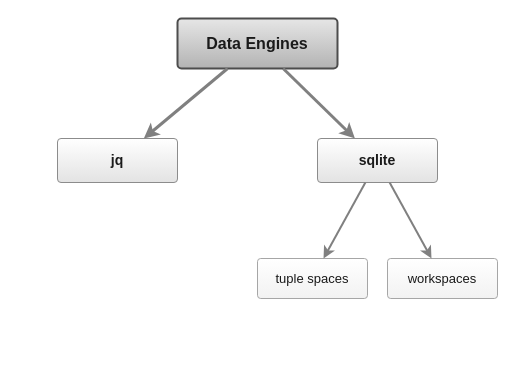
Above: docs/img/data-engines.drawio in Robot-Wranglers/ape-make (draw.io), before the change. Source tidied: cells renumbered, new cells numbered last; positions are measured from the earlier drawing's top-left corner, leaving out a move shared by most shapes. Both pictures are drawn from the tidied source at 100%, with x=0, y=0 at pixel (57, 18).
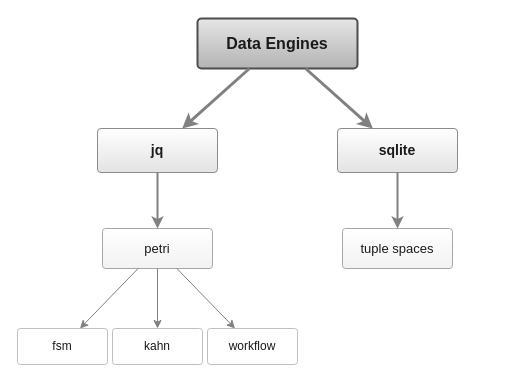
After the change.

Diff of the diagram source:
```diff
@@
 <mxGraphModel>
   <root>
     <mxCell id="0" />
     <mxCell id="1" parent="0" />
     <mxCell id="2" value="&lt;b&gt;Data Engines&lt;/b&gt;" style="rounded=1;arcSize=8;whiteSpace=wrap;html=1;fillColor=#E6E6E6;gradientColor=#B3B3B3;strokeColor=#4D4D4D;fontColor=#1a1a1a;fontSize=16;strokeWidth=2;" parent="1" vertex="1">
-      <mxGeometry x="120" width="160" height="50" as="geometry" />
+      <mxGeometry x="140" width="160" height="50" as="geometry" />
     </mxCell>
     <mxCell id="3" value="&lt;b&gt;jq&lt;/b&gt;" style="rounded=1;arcSize=8;whiteSpace=wrap;html=1;fillColor=#FFFFFF;gradientColor=#E3E3E3;strokeColor=#8C8C8C;fontColor=#1a1a1a;fontSize=14;" parent="1" vertex="1">
-      <mxGeometry y="120" width="120" height="44" as="geometry" />
+      <mxGeometry x="40" y="110" width="120" height="44" as="geometry" />
     </mxCell>
     <mxCell id="4" value="&lt;b&gt;sqlite&lt;/b&gt;" style="rounded=1;arcSize=8;whiteSpace=wrap;html=1;fillColor=#FFFFFF;gradientColor=#E3E3E3;strokeColor=#8C8C8C;fontColor=#1a1a1a;fontSize=14;" parent="1" vertex="1">
-      <mxGeometry x="260" y="120" width="120" height="44" as="geometry" />
+      <mxGeometry x="280" y="110" width="120" height="44" as="geometry" />
     </mxCell>
+    <mxCell id="11" value="petri" style="rounded=1;arcSize=8;whiteSpace=wrap;html=1;fillColor=#FFFFFF;gradientColor=#F2F2F2;strokeColor=#A6A6A6;fontColor=#1a1a1a;fontSize=13;" parent="1" vertex="1">
+      <mxGeometry x="45" y="210" width="110" height="40" as="geometry" />
+    </mxCell>
     <mxCell id="5" value="tuple spaces" style="rounded=1;arcSize=8;whiteSpace=wrap;html=1;fillColor=#FFFFFF;gradientColor=#F2F2F2;strokeColor=#A6A6A6;fontColor=#1a1a1a;fontSize=13;" parent="1" vertex="1">
-      <mxGeometry x="200" y="240" width="110" height="40" as="geometry" />
+      <mxGeometry x="285" y="210" width="110" height="40" as="geometry" />
     </mxCell>
-    <mxCell id="6" value="workspaces" style="rounded=1;arcSize=8;whiteSpace=wrap;html=1;fillColor=#FFFFFF;gradientColor=#F2F2F2;strokeColor=#A6A6A6;fontColor=#1a1a1a;fontSize=13;" parent="1" vertex="1">
-      <mxGeometry x="330" y="240" width="110" height="40" as="geometry" />
-    </mxCell>
+    <mxCell id="12" value="fsm" style="rounded=1;arcSize=8;whiteSpace=wrap;html=1;fillColor=#FFFFFF;strokeColor=#BFBFBF;fontColor=#1a1a1a;fontSize=12;" parent="1" vertex="1">
+      <mxGeometry x="-40" y="310" width="90" height="36" as="geometry" />
+    </mxCell>
+    <mxCell id="13" value="kahn" style="rounded=1;arcSize=8;whiteSpace=wrap;html=1;fillColor=#FFFFFF;strokeColor=#BFBFBF;fontColor=#1a1a1a;fontSize=12;" parent="1" vertex="1">
+      <mxGeometry x="55" y="310" width="90" height="36" as="geometry" />
+    </mxCell>
+    <mxCell id="14" value="workflow" style="rounded=1;arcSize=8;whiteSpace=wrap;html=1;fillColor=#FFFFFF;strokeColor=#BFBFBF;fontColor=#1a1a1a;fontSize=12;" parent="1" vertex="1">
+      <mxGeometry x="150" y="310" width="90" height="36" as="geometry" />
+    </mxCell>
     <mxCell id="7" style="html=1;endArrow=classic;strokeColor=#808080;strokeWidth=3;rounded=1;" parent="1" edge="1" source="2" target="3">
       <mxGeometry relative="1" as="geometry" />
     </mxCell>
     <mxCell id="8" style="html=1;endArrow=classic;strokeColor=#808080;strokeWidth=3;rounded=1;" parent="1" edge="1" source="2" target="4">
       <mxGeometry relative="1" as="geometry" />
     </mxCell>
+    <mxCell id="15" style="html=1;endArrow=classic;strokeColor=#808080;strokeWidth=2;rounded=1;" parent="1" edge="1" source="3" target="11">
+      <mxGeometry relative="1" as="geometry" />
+    </mxCell>
     <mxCell id="9" style="html=1;endArrow=classic;strokeColor=#808080;strokeWidth=2;rounded=1;" parent="1" edge="1" source="4" target="5">
       <mxGeometry relative="1" as="geometry" />
     </mxCell>
-    <mxCell id="10" style="html=1;endArrow=classic;strokeColor=#808080;strokeWidth=2;rounded=1;" parent="1" edge="1" source="4" target="6">
-      <mxGeometry relative="1" as="geometry" />
-    </mxCell>
+    <mxCell id="16" style="html=1;endArrow=classic;strokeColor=#808080;strokeWidth=1;rounded=1;" parent="1" edge="1" source="11" target="12">
+      <mxGeometry relative="1" as="geometry" />
+    </mxCell>
+    <mxCell id="17" style="html=1;endArrow=classic;strokeColor=#808080;strokeWidth=1;rounded=1;" parent="1" edge="1" source="11" target="13">
+      <mxGeometry relative="1" as="geometry" />
+    </mxCell>
+    <mxCell id="18" style="html=1;endArrow=classic;strokeColor=#808080;strokeWidth=1;rounded=1;" parent="1" edge="1" source="11" target="14">
+      <mxGeometry relative="1" as="geometry" />
+    </mxCell>
   </root>
 </mxGraphModel>
```
